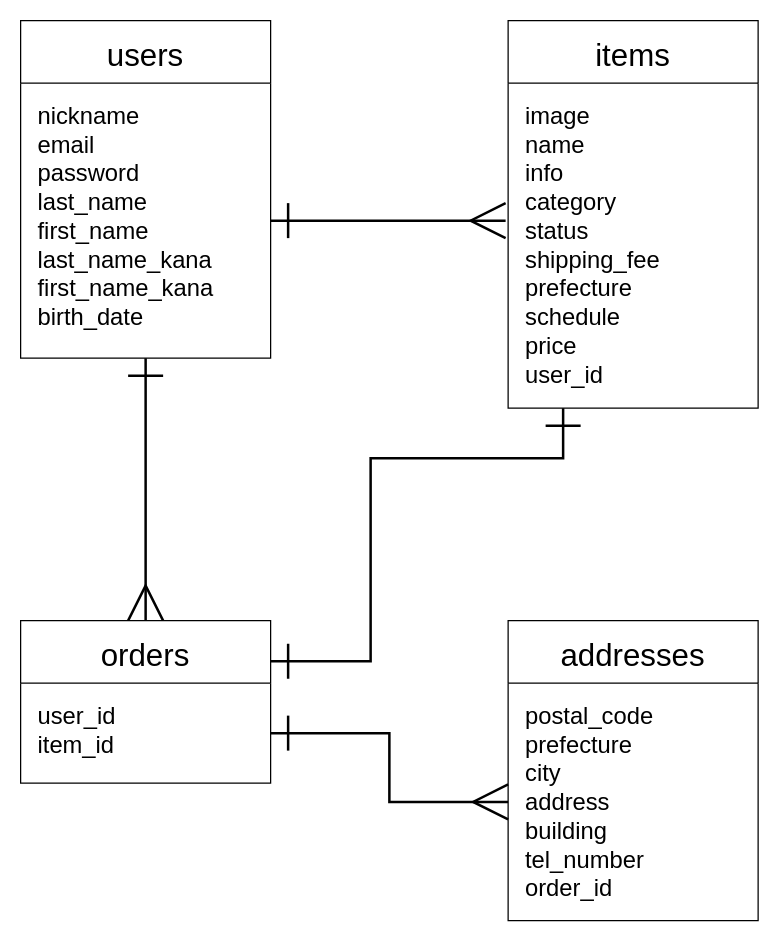
Before: er.dio in Haruki0312/furima-35371, a draw.io diagram. Source tidied: cells renumbered, new cells numbered last; positions are measured from the earlier drawing's top-left corner, leaving out a move shared by most shapes. Both pictures are drawn from the tidied source at 125%, with x=0, y=0 at pixel (20, 20).
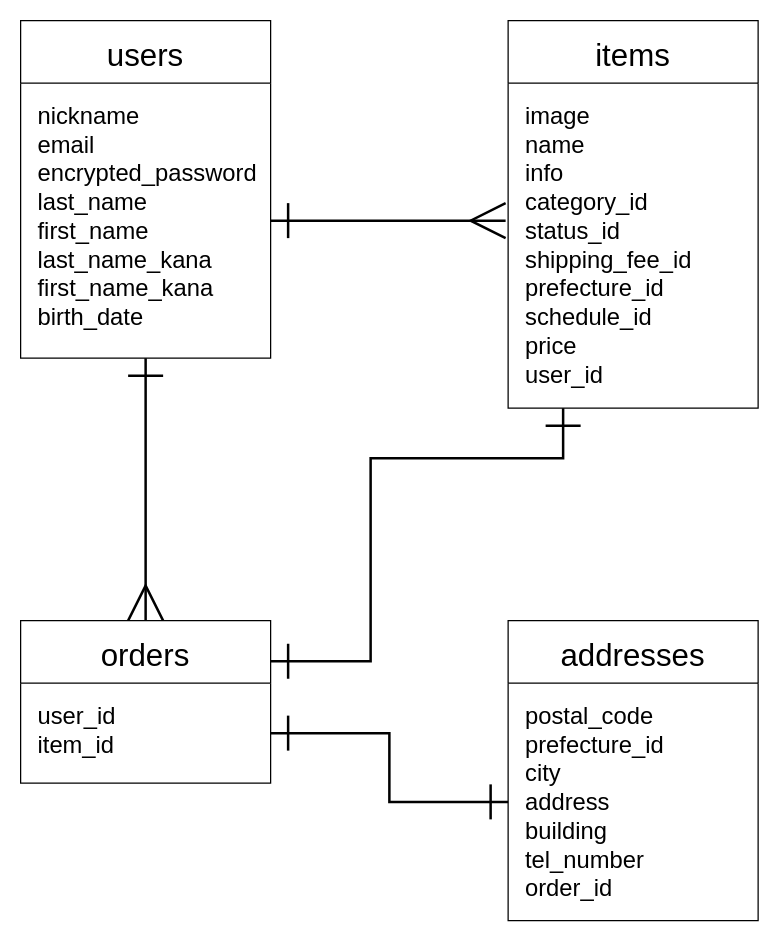
Above is the later version.

Diff of the diagram source:
```diff
@@
 <mxGraphModel>
   <root>
     <mxCell id="0" />
     <mxCell id="1" parent="0" />
     <mxCell id="2" style="edgeStyle=orthogonalEdgeStyle;rounded=0;jettySize=auto;html=1;fontSize=19;startArrow=ERone;startFill=0;endArrow=ERmany;endFill=0;startSize=25;endSize=25;targetPerimeterSpacing=0;strokeWidth=2;" parent="1" edge="1" source="3">
       <mxGeometry relative="1" as="geometry">
         <mxPoint x="100" y="480" as="targetPoint" />
         <Array as="points">
           <mxPoint x="100" y="460" />
           <mxPoint x="100" y="460" />
         </Array>
       </mxGeometry>
     </mxCell>
     <mxCell id="3" value="users" style="swimlane;fontStyle=0;horizontal=1;startSize=50;align=center;fontSize=25;" parent="1" vertex="1">
       <mxGeometry width="200" height="270" as="geometry" />
     </mxCell>
-    <mxCell id="4" value="nickname&#10;email&#10;password&#10;last_name&#10;first_name&#10;last_name_kana&#10;first_name_kana&#10;birth_date" style="text;strokeColor=none;fillColor=none;spacingLeft=4;spacingRight=4;overflow=hidden;points=[[0,0.5],[1,0.5]];portConstraint=eastwest;fontSize=19;verticalAlign=top;fontStyle=0;spacing=10;spacingTop=0;spacingBottom=0;horizontal=1;strokeWidth=1;" parent="3" vertex="1">
+    <mxCell id="4" value="nickname&#10;email&#10;encrypted_password&#10;last_name&#10;first_name&#10;last_name_kana&#10;first_name_kana&#10;birth_date" style="text;strokeColor=none;fillColor=none;spacingLeft=4;spacingRight=4;overflow=hidden;points=[[0,0.5],[1,0.5]];portConstraint=eastwest;fontSize=19;verticalAlign=top;fontStyle=0;spacing=10;spacingTop=0;spacingBottom=0;horizontal=1;strokeWidth=1;" parent="3" vertex="1">
       <mxGeometry y="50" width="200" height="220" as="geometry" />
     </mxCell>
     <mxCell id="5" value="items" style="swimlane;fontStyle=0;horizontal=1;startSize=50;align=center;fontSize=25;" parent="1" vertex="1">
       <mxGeometry x="390" width="200" height="310" as="geometry" />
     </mxCell>
-    <mxCell id="6" value="image&#10;name&#10;info&#10;category&#10;status&#10;shipping_fee&#10;prefecture&#10;schedule&#10;price&#10;user_id" style="text;strokeColor=none;fillColor=none;spacingLeft=4;spacingRight=4;overflow=hidden;points=[[0,0.5],[1,0.5]];portConstraint=eastwest;fontSize=19;verticalAlign=top;fontStyle=0;spacing=10;spacingTop=0;spacingBottom=0;horizontal=1;strokeWidth=1;" parent="5" vertex="1">
+    <mxCell id="6" value="image&#10;name&#10;info&#10;category_id&#10;status_id&#10;shipping_fee_id&#10;prefecture_id&#10;schedule_id&#10;price&#10;user_id" style="text;strokeColor=none;fillColor=none;spacingLeft=4;spacingRight=4;overflow=hidden;points=[[0,0.5],[1,0.5]];portConstraint=eastwest;fontSize=19;verticalAlign=top;fontStyle=0;spacing=10;spacingTop=0;spacingBottom=0;horizontal=1;strokeWidth=1;" parent="5" vertex="1">
       <mxGeometry y="50" width="200" height="260" as="geometry" />
     </mxCell>
     <mxCell id="7" style="edgeStyle=orthogonalEdgeStyle;rounded=0;jettySize=auto;html=1;exitX=1;exitY=0.5;exitDx=0;exitDy=0;fontSize=19;startArrow=ERone;startFill=0;endArrow=ERmany;endFill=0;strokeWidth=2;targetPerimeterSpacing=0;endSize=25;startSize=25;" parent="1" edge="1" source="4">
       <mxGeometry relative="1" as="geometry">
         <mxPoint x="388" y="160" as="targetPoint" />
         <Array as="points">
           <mxPoint x="388" y="160" />
         </Array>
       </mxGeometry>
     </mxCell>
     <mxCell id="8" style="edgeStyle=orthogonalEdgeStyle;rounded=0;jettySize=auto;html=1;exitX=1;exitY=0.25;exitDx=0;exitDy=0;entryX=0.22;entryY=1;entryDx=0;entryDy=0;entryPerimeter=0;fontSize=19;startArrow=ERone;startFill=0;endArrow=ERone;endFill=0;startSize=25;endSize=25;targetPerimeterSpacing=0;strokeWidth=2;" parent="1" edge="1" source="9" target="6">
       <mxGeometry relative="1" as="geometry">
         <Array as="points">
           <mxPoint x="280" y="513" />
           <mxPoint x="280" y="350" />
           <mxPoint x="434" y="350" />
         </Array>
       </mxGeometry>
     </mxCell>
     <mxCell id="9" value="orders" style="swimlane;fontStyle=0;horizontal=1;startSize=50;align=center;fontSize=25;" parent="1" vertex="1">
       <mxGeometry y="480" width="200" height="130" as="geometry" />
     </mxCell>
     <mxCell id="10" value="user_id&#10;item_id" style="text;strokeColor=none;fillColor=none;spacingLeft=4;spacingRight=4;overflow=hidden;points=[[0,0.5],[1,0.5]];portConstraint=eastwest;fontSize=19;verticalAlign=top;fontStyle=0;spacing=10;spacingTop=0;spacingBottom=0;horizontal=1;strokeWidth=1;" parent="9" vertex="1">
       <mxGeometry y="50" width="200" height="80" as="geometry" />
     </mxCell>
     <mxCell id="11" value="addresses" style="swimlane;fontStyle=0;horizontal=1;startSize=50;align=center;fontSize=25;" parent="1" vertex="1">
       <mxGeometry x="390" y="480" width="200" height="240" as="geometry" />
     </mxCell>
-    <mxCell id="12" value="postal_code&#10;prefecture&#10;city&#10;address&#10;building&#10;tel_number&#10;order_id" style="text;strokeColor=none;fillColor=none;spacingLeft=4;spacingRight=4;overflow=hidden;points=[[0,0.5],[1,0.5]];portConstraint=eastwest;fontSize=19;verticalAlign=top;fontStyle=0;spacing=10;spacingTop=0;spacingBottom=0;horizontal=1;strokeWidth=1;" parent="11" vertex="1">
+    <mxCell id="12" value="postal_code&#10;prefecture_id&#10;city&#10;address&#10;building&#10;tel_number&#10;order_id" style="text;strokeColor=none;fillColor=none;spacingLeft=4;spacingRight=4;overflow=hidden;points=[[0,0.5],[1,0.5]];portConstraint=eastwest;fontSize=19;verticalAlign=top;fontStyle=0;spacing=10;spacingTop=0;spacingBottom=0;horizontal=1;strokeWidth=1;" parent="11" vertex="1">
       <mxGeometry y="50" width="200" height="190" as="geometry" />
     </mxCell>
-    <mxCell id="13" style="edgeStyle=orthogonalEdgeStyle;rounded=0;jettySize=auto;html=1;exitX=1;exitY=0.5;exitDx=0;exitDy=0;entryX=0;entryY=0.5;entryDx=0;entryDy=0;fontSize=19;startArrow=ERone;startFill=0;endArrow=ERmany;endFill=0;startSize=25;endSize=25;targetPerimeterSpacing=0;strokeWidth=2;" parent="1" edge="1" source="10" target="12">
+    <mxCell id="13" style="edgeStyle=orthogonalEdgeStyle;rounded=0;jettySize=auto;html=1;exitX=1;exitY=0.5;exitDx=0;exitDy=0;entryX=0;entryY=0.5;entryDx=0;entryDy=0;fontSize=19;startArrow=ERone;startFill=0;endArrow=ERone;endFill=0;startSize=25;endSize=25;targetPerimeterSpacing=0;strokeWidth=2;" parent="1" edge="1" source="10" target="12">
       <mxGeometry relative="1" as="geometry" />
     </mxCell>
   </root>
 </mxGraphModel>
```
